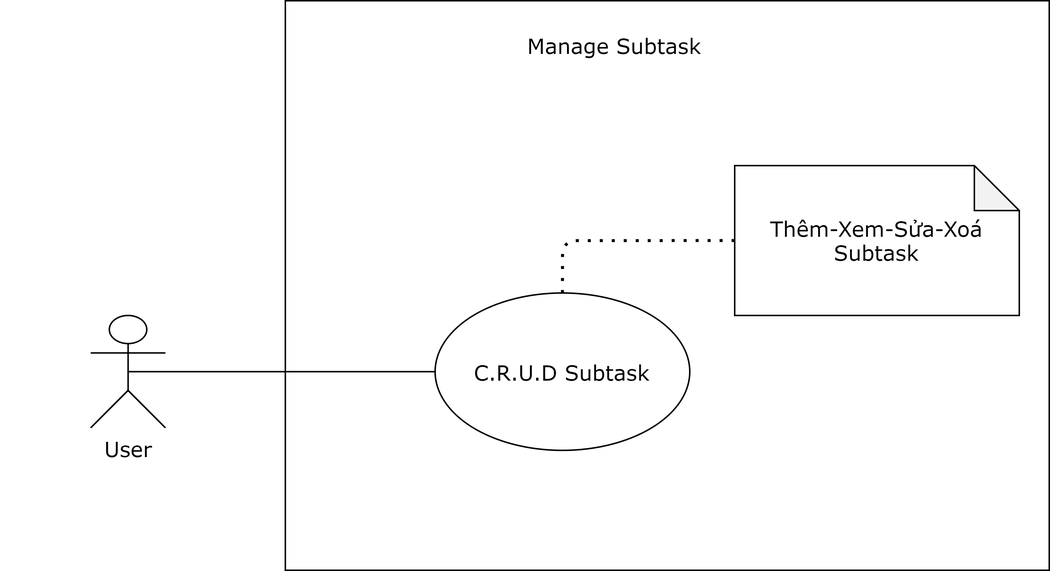
Earlier version of the draw.io export ToDoApp-Doc/Document/Diagram/UseCase/ManageSubtask/ManageSubtask.png (Merevoli-DatLuu/To-Do-App). Source tidied: cells renumbered, new cells last; positions are measured from the earlier drawing's top-left corner, leaving out a move shared by most shapes. Its diagram source:
```xml
<mxGraphModel>
  <root>
    <mxCell id="0" />
    <mxCell id="1" parent="0" />
    <mxCell id="2" style="group;" parent="1" vertex="1">
      <mxGeometry width="700" height="380" as="geometry" />
    </mxCell>
    <mxCell id="3" style="rounded=0;whiteSpace=wrap;html=1;fillColor=none;fontFamily=Verdana;fontSize=14;" parent="2" vertex="1">
      <mxGeometry x="190" width="510" height="380" as="geometry" />
    </mxCell>
    <mxCell id="4" style="group;fontFamily=Verdana;fontSize=14;" parent="2" vertex="1">
      <mxGeometry y="110" width="680" height="190" as="geometry" />
    </mxCell>
    <mxCell id="5" value="User" style="shape=umlActor;verticalLabelPosition=bottom;verticalAlign=top;html=1;outlineConnect=0;fontFamily=Verdana;fontSize=14;" parent="4" vertex="1">
      <mxGeometry x="60" y="100" width="50" height="75" as="geometry" />
    </mxCell>
    <mxCell id="6" value="C.R.U.D Subtask" style="ellipse;whiteSpace=wrap;html=1;fontFamily=Verdana;fontSize=14;" parent="4" vertex="1">
      <mxGeometry x="290" y="85" width="170" height="105" as="geometry" />
    </mxCell>
    <mxCell id="7" value="Thêm-Xem-Sửa-Xoá Subtask" style="shape=note;whiteSpace=wrap;html=1;backgroundOutline=1;darkOpacity=0.05;fontFamily=Verdana;fontSize=14;" parent="4" vertex="1">
      <mxGeometry x="490" width="190" height="100" as="geometry" />
    </mxCell>
    <mxCell id="8" style="endArrow=none;dashed=1;html=1;dashPattern=1 3;strokeWidth=2;entryX=0;entryY=0.5;entryDx=0;entryDy=0;entryPerimeter=0;exitX=0.5;exitY=0;exitDx=0;exitDy=0;edgeStyle=orthogonalEdgeStyle;fontFamily=Verdana;fontSize=14;" parent="4" edge="1" source="6" target="7">
      <mxGeometry relative="1" as="geometry" />
    </mxCell>
    <mxCell id="9" style="endArrow=none;html=1;entryX=0.5;entryY=0.5;entryDx=0;entryDy=0;entryPerimeter=0;exitX=0;exitY=0.5;exitDx=0;exitDy=0;fontFamily=Verdana;fontSize=14;" parent="4" edge="1" source="6" target="5">
      <mxGeometry relative="1" as="geometry" />
    </mxCell>
    <mxCell id="10" value="Manage Subtask" style="text;html=1;strokeColor=none;fillColor=none;align=center;verticalAlign=middle;whiteSpace=wrap;rounded=0;fontFamily=Verdana;fontSize=14;" parent="2" vertex="1">
      <mxGeometry x="340" y="20" width="140" height="20" as="geometry" />
    </mxCell>
  </root>
</mxGraphModel>
```
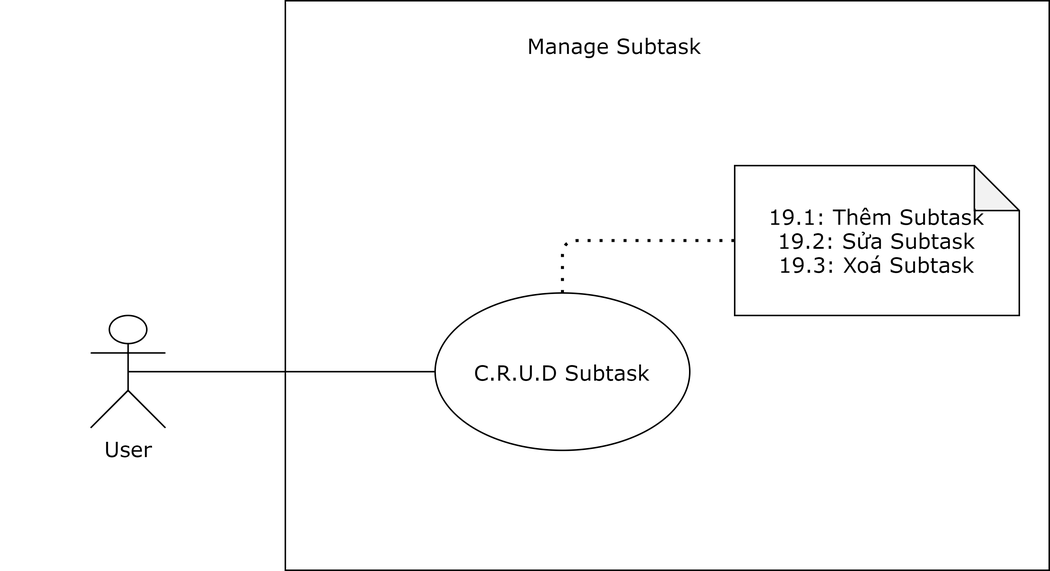
The same diagram one commit later.

Commit message:
[Modified]: ManageSubtask Use Case Diagram

What changed in the source:
```diff
@@ -17,7 +17,7 @@
     <mxCell id="6" value="C.R.U.D Subtask" style="ellipse;whiteSpace=wrap;html=1;fontFamily=Verdana;fontSize=14;" parent="4" vertex="1">
       <mxGeometry x="290" y="85" width="170" height="105" as="geometry" />
     </mxCell>
-    <mxCell id="7" value="Thêm-Xem-Sửa-Xoá Subtask" style="shape=note;whiteSpace=wrap;html=1;backgroundOutline=1;darkOpacity=0.05;fontFamily=Verdana;fontSize=14;" parent="4" vertex="1">
+    <mxCell id="7" value="19.1: Thêm Subtask&lt;br&gt;19.2: Sửa Subtask&lt;br&gt;19.3: Xoá Subtask" style="shape=note;whiteSpace=wrap;html=1;backgroundOutline=1;darkOpacity=0.05;fontFamily=Verdana;fontSize=14;" parent="4" vertex="1">
       <mxGeometry x="490" width="190" height="100" as="geometry" />
     </mxCell>
     <mxCell id="8" style="endArrow=none;dashed=1;html=1;dashPattern=1 3;strokeWidth=2;entryX=0;entryY=0.5;entryDx=0;entryDy=0;entryPerimeter=0;exitX=0.5;exitY=0;exitDx=0;exitDy=0;edgeStyle=orthogonalEdgeStyle;fontFamily=Verdana;fontSize=14;" parent="4" edge="1" source="6" target="7">
```
